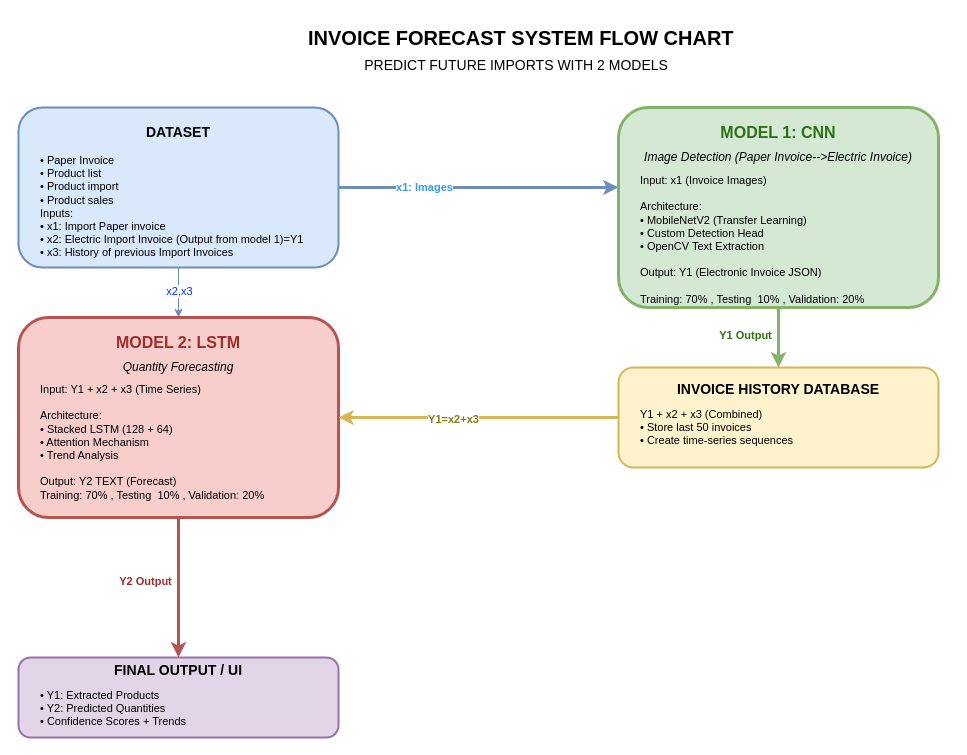
wikiepeidia/predict-future-import-for-Retail-store-products keeps this draw.io diagram as FLOW.drawio. Above is the earlier version. Source tidied: cells renumbered, new cells numbered last; positions are measured from the earlier drawing's top-left corner, leaving out a move shared by most shapes. Both pictures are drawn from the tidied source at 100%, with x=0, y=0 at pixel (18, 17).
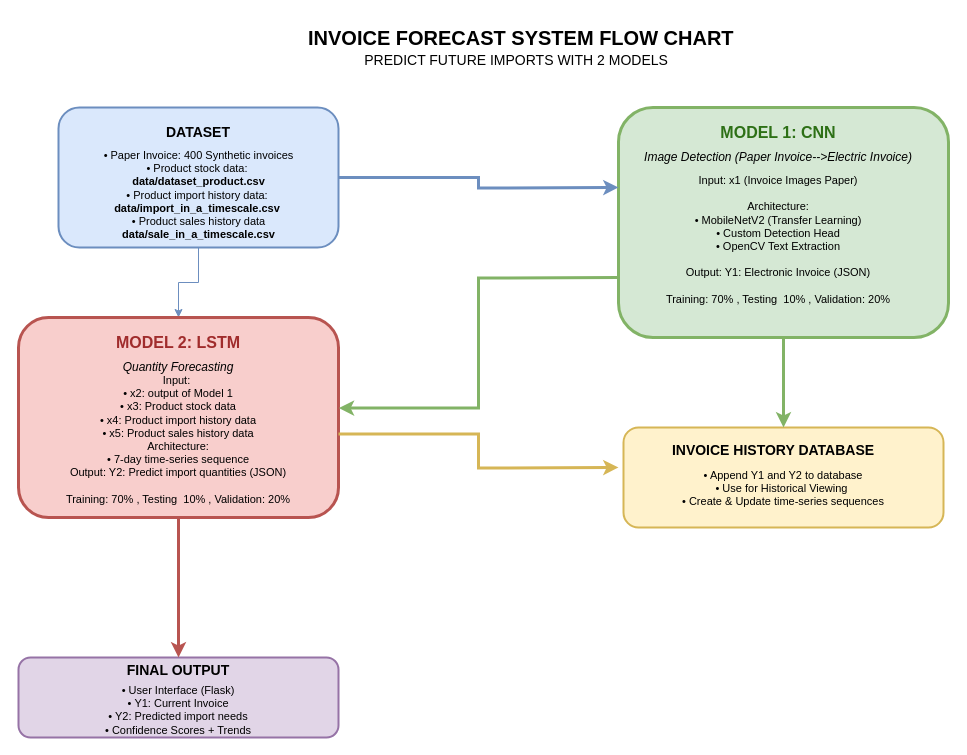
After the change.

The change refers to these unchanged cells:
```xml
<mxCell id="6" style="edgeStyle=orthogonalEdgeStyle;rounded=0;jettySize=auto;html=1;entryX=0.5;entryY=0;entryDx=0;entryDy=0;fillColor=#dae8fc;strokeColor=#6c8ebf;exitX=0.5;exitY=1;exitDx=0;exitDy=0;" parent="1" edge="1" source="4" target="16">
  <mxGeometry relative="1" as="geometry" />
</mxCell>
<mxCell id="16" style="rounded=1;whiteSpace=wrap;html=1;fillColor=#f8cecc;strokeColor=#b85450;strokeWidth=3;" parent="1" vertex="1">
  <mxGeometry y="300" width="320" height="200" as="geometry" />
</mxCell>
<mxCell id="23" style="edgeStyle=orthogonalEdgeStyle;rounded=0;jettySize=auto;html=1;strokeWidth=3;fillColor=#dae8fc;strokeColor=#6c8ebf;" parent="1" edge="1" source="4">
  <mxGeometry relative="1" as="geometry">
    <mxPoint x="600" y="170" as="targetPoint" />
  </mxGeometry>
</mxCell>
<mxCell id="25" style="edgeStyle=orthogonalEdgeStyle;rounded=0;jettySize=auto;html=1;strokeWidth=3;fillColor=#d5e8d4;strokeColor=#82b366;" parent="1" edge="1" source="9" target="13">
  <mxGeometry relative="1" as="geometry" />
</mxCell>
<mxCell id="29" style="edgeStyle=orthogonalEdgeStyle;rounded=0;jettySize=auto;html=1;strokeWidth=3;fillColor=#f8cecc;strokeColor=#b85450;" parent="1" edge="1" source="16" target="20">
  <mxGeometry relative="1" as="geometry" />
</mxCell>
```

The edit, as a diff of the source:
```diff
@@
     <mxCell id="3" value="PREDICT FUTURE IMPORTS WITH 2 MODELS&amp;nbsp;" style="text;html=1;strokeColor=none;fillColor=none;align=center;verticalAlign=middle;whiteSpace=wrap;rounded=0;fontSize=14;" parent="1" vertex="1">
-      <mxGeometry x="160" y="35" width="680" height="25" as="geometry" />
+      <mxGeometry x="160" y="30" width="680" height="25" as="geometry" />
     </mxCell>
     <mxCell id="4" style="rounded=1;whiteSpace=wrap;html=1;fillColor=#dae8fc;strokeColor=#6c8ebf;strokeWidth=2;" parent="1" vertex="1">
-      <mxGeometry y="90" width="320" height="160" as="geometry" />
+      <mxGeometry x="40" y="90" width="280" height="140" as="geometry" />
     </mxCell>
     <mxCell id="5" value="DATASET" style="text;html=1;strokeColor=none;fillColor=none;align=center;verticalAlign=middle;whiteSpace=wrap;rounded=0;fontSize=14;fontStyle=1;" parent="1" vertex="1">
-      <mxGeometry x="10" y="100" width="300" height="30" as="geometry" />
+      <mxGeometry x="30" y="100" width="300" height="30" as="geometry" />
     </mxCell>
@@
-    <mxCell id="7" value="x2,x3" style="edgeLabel;html=1;align=center;verticalAlign=middle;fontColor=light-dark(#0033ff, #006f6f);" parent="6" vertex="1">
-      <mxGeometry x="-0.1" relative="1" as="geometry" />
-    </mxCell>
-    <mxCell id="8" value="• Paper Invoice&lt;div&gt;• Product list&lt;/div&gt;&lt;div&gt;• Product import&lt;/div&gt;&lt;div&gt;• Product sales&lt;div&gt;Inputs:&lt;br&gt;• x1: Import Paper invoice&lt;br&gt;• x2: Electric Import Invoice (Output from model 1)=Y1&lt;br&gt;• x3: History of previous Import Invoices&lt;/div&gt;&lt;/div&gt;" style="text;html=1;strokeColor=none;fillColor=none;align=left;verticalAlign=top;whiteSpace=wrap;rounded=0;fontSize=11;" parent="1" vertex="1">
-      <mxGeometry x="20" y="130" width="280" height="105" as="geometry" />
+    <mxCell id="8" value="• Paper Invoice: 400 Synthetic invoices&lt;div&gt;• Product stock data:&amp;nbsp;&lt;/div&gt;&lt;div&gt;&lt;b&gt;data/dataset_product.csv&lt;/b&gt;&lt;/div&gt;&lt;div&gt;• Product import history data:&amp;nbsp; &lt;b&gt;data/import_in_a_timescale.csv&amp;nbsp;&lt;/b&gt;&lt;/div&gt;&lt;div&gt;• Product sales history data&lt;/div&gt;&lt;div&gt;&lt;b&gt;data/sale_in_a_timescale.csv&lt;/b&gt;&lt;/div&gt;" style="text;html=1;strokeColor=none;fillColor=none;align=center;verticalAlign=top;whiteSpace=wrap;rounded=0;fontSize=11;" parent="1" vertex="1">
+      <mxGeometry x="57.5" y="125" width="245" height="95" as="geometry" />
     </mxCell>
     <mxCell id="9" style="rounded=1;whiteSpace=wrap;html=1;fillColor=#d5e8d4;strokeColor=#82b366;strokeWidth=3;" parent="1" vertex="1">
-      <mxGeometry x="600" y="90" width="320" height="200" as="geometry" />
+      <mxGeometry x="600" y="90" width="330" height="230" as="geometry" />
     </mxCell>
@@
-    <mxCell id="12" value="Input: x1 (Invoice Images)&lt;br&gt;&lt;br&gt;Architecture:&lt;br&gt;• MobileNetV2 (Transfer Learning)&lt;br&gt;• Custom Detection Head&lt;br&gt;• OpenCV Text Extraction&lt;br&gt;&lt;br&gt;Output: Y1 (Electronic Invoice JSON)&lt;div&gt;&lt;br&gt;&lt;div&gt;Training: 70% , Testing&amp;nbsp; 10% , Validation: 20%&lt;/div&gt;&lt;/div&gt;" style="text;html=1;strokeColor=none;fillColor=none;align=left;verticalAlign=top;whiteSpace=wrap;rounded=0;fontSize=11;" parent="1" vertex="1">
+    <mxCell id="12" value="Input: x1 (Invoice Images Paper)&lt;br&gt;&lt;br&gt;Architecture:&lt;br&gt;• MobileNetV2 (Transfer Learning)&lt;br&gt;• Custom Detection Head&lt;br&gt;• OpenCV Text Extraction&lt;br&gt;&lt;br&gt;Output: Y1: Electronic Invoice (JSON)&lt;div&gt;&lt;br&gt;&lt;div&gt;Training: 70% , Testing&amp;nbsp; 10% , Validation: 20%&lt;/div&gt;&lt;/div&gt;" style="text;html=1;strokeColor=none;fillColor=none;align=center;verticalAlign=top;whiteSpace=wrap;rounded=0;fontSize=11;" parent="1" vertex="1">
       <mxGeometry x="620" y="150" width="280" height="120" as="geometry" />
     </mxCell>
     <mxCell id="13" style="rounded=1;whiteSpace=wrap;html=1;fillColor=#fff2cc;strokeColor=#d6b656;strokeWidth=2;" parent="1" vertex="1">
-      <mxGeometry x="600" y="350" width="320" height="100" as="geometry" />
+      <mxGeometry x="605" y="410" width="320" height="100" as="geometry" />
     </mxCell>
     <mxCell id="14" value="INVOICE HISTORY DATABASE" style="text;html=1;strokeColor=none;fillColor=none;align=center;verticalAlign=middle;whiteSpace=wrap;rounded=0;fontSize=14;fontStyle=1;" parent="1" vertex="1">
-      <mxGeometry x="610" y="359" width="300" height="25" as="geometry" />
+      <mxGeometry x="605" y="420" width="300" height="25" as="geometry" />
     </mxCell>
-    <mxCell id="15" value="Y1 + x2 + x3 (Combined)&lt;br&gt;• Store last 50 invoices&lt;br&gt;• Create time-series sequences" style="text;html=1;strokeColor=none;fillColor=none;align=left;verticalAlign=top;whiteSpace=wrap;rounded=0;fontSize=11;" parent="1" vertex="1">
-      <mxGeometry x="620" y="384" width="280" height="50" as="geometry" />
+    <mxCell id="15" value="&lt;span style=&quot;&quot;&gt;• Append Y1 and Y2 to database&lt;/span&gt;&lt;br&gt;• Use for Historical Viewing&amp;nbsp;&lt;br&gt;• Create &amp;amp; Update time-series sequences" style="text;html=1;strokeColor=none;fillColor=none;align=center;verticalAlign=top;whiteSpace=wrap;rounded=0;fontSize=11;" parent="1" vertex="1">
+      <mxGeometry x="625" y="445" width="280" height="50" as="geometry" />
     </mxCell>
@@
-    <mxCell id="19" value="Input: Y1 + x2 + x3 (Time Series)&lt;br&gt;&lt;br&gt;Architecture:&lt;br&gt;• Stacked LSTM (128 + 64)&lt;br&gt;• Attention Mechanism&lt;br&gt;• Trend Analysis&lt;br&gt;&lt;br&gt;Output: Y2 TEXT (Forecast)&lt;br&gt;Training: 70% , Testing&amp;nbsp; 10% , Validation: 20%" style="text;html=1;strokeColor=none;fillColor=none;align=left;verticalAlign=top;whiteSpace=wrap;rounded=0;fontSize=11;" parent="1" vertex="1">
-      <mxGeometry x="20" y="359" width="280" height="120" as="geometry" />
+    <mxCell id="19" value="Input:&amp;nbsp;&lt;br&gt;&lt;div&gt;&lt;span style=&quot;background-color: transparent; color: light-dark(rgb(0, 0, 0), rgb(255, 255, 255));&quot;&gt;•&amp;nbsp;&lt;/span&gt;x2: output of Model 1&lt;div&gt;&lt;div&gt;&lt;span style=&quot;background-color: transparent; color: light-dark(rgb(0, 0, 0), rgb(255, 255, 255));&quot;&gt;•&amp;nbsp;&lt;/span&gt;x3:&amp;nbsp;&lt;span style=&quot;background-color: transparent; color: light-dark(rgb(0, 0, 0), rgb(255, 255, 255));&quot;&gt;Product stock data&lt;/span&gt;&lt;/div&gt;&lt;div&gt;&lt;span style=&quot;background-color: transparent; color: light-dark(rgb(0, 0, 0), rgb(255, 255, 255));&quot;&gt;•&amp;nbsp;&lt;/span&gt;x4:&amp;nbsp;&lt;span style=&quot;background-color: transparent; color: light-dark(rgb(0, 0, 0), rgb(255, 255, 255));&quot;&gt;Product import history data&lt;/span&gt;&lt;/div&gt;&lt;div&gt;&lt;span style=&quot;background-color: transparent; color: light-dark(rgb(0, 0, 0), rgb(255, 255, 255));&quot;&gt;•&amp;nbsp;&lt;/span&gt;x5:&amp;nbsp;&lt;span style=&quot;background-color: transparent; color: light-dark(rgb(0, 0, 0), rgb(255, 255, 255));&quot;&gt;Product sales history data&lt;/span&gt;&lt;/div&gt;&lt;div&gt;Architecture:&lt;/div&gt;&lt;span style=&quot;&quot;&gt;• 7-day time-series sequence&lt;/span&gt;&lt;br&gt;Output: Y2: Predict import quantities (JSON)&lt;/div&gt;&lt;div&gt;&lt;br&gt;Training: 70% , Testing&amp;nbsp; 10% , Validation: 20%&lt;/div&gt;&lt;/div&gt;" style="text;html=1;strokeColor=none;fillColor=none;align=center;verticalAlign=top;whiteSpace=wrap;rounded=0;fontSize=11;" parent="1" vertex="1">
+      <mxGeometry x="20" y="350" width="280" height="120" as="geometry" />
     </mxCell>
@@
-    <mxCell id="21" value="FINAL OUTPUT / UI" style="text;html=1;strokeColor=none;fillColor=none;align=center;verticalAlign=middle;whiteSpace=wrap;rounded=0;fontSize=14;fontStyle=1;" parent="1" vertex="1">
+    <mxCell id="21" value="FINAL OUTPUT" style="text;html=1;strokeColor=none;fillColor=none;align=center;verticalAlign=middle;whiteSpace=wrap;rounded=0;fontSize=14;fontStyle=1;" parent="1" vertex="1">
       <mxGeometry x="10" y="640" width="300" height="25" as="geometry" />
     </mxCell>
-    <mxCell id="22" value="• Y1: Extracted Products&lt;br&gt;• Y2: Predicted Quantities&lt;br&gt;• Confidence Scores + Trends" style="text;html=1;strokeColor=none;fillColor=none;align=left;verticalAlign=top;whiteSpace=wrap;rounded=0;fontSize=11;" parent="1" vertex="1">
-      <mxGeometry x="20" y="665" width="280" height="35" as="geometry" />
+    <mxCell id="22" value="• User Interface (Flask)&lt;br&gt;&lt;div&gt;&lt;span style=&quot;background-color: transparent; color: light-dark(rgb(0, 0, 0), rgb(255, 255, 255));&quot;&gt;•&amp;nbsp;&lt;/span&gt;Y1: Current Invoice&lt;br&gt;• Y2: Predicted import needs&lt;br&gt;• Confidence Scores + Trends&lt;/div&gt;" style="text;html=1;strokeColor=none;fillColor=none;align=center;verticalAlign=top;whiteSpace=wrap;rounded=0;fontSize=11;" parent="1" vertex="1">
+      <mxGeometry x="20" y="660" width="280" height="35" as="geometry" />
     </mxCell>
@@
-    <mxCell id="24" value="x1: Images" style="edgeLabel;html=1;align=center;verticalAlign=middle;fontSize=11;fontStyle=1;fontColor=#3399FF;" parent="23" vertex="1">
-      <mxGeometry x="-0.1" y="1" relative="1" as="geometry">
-        <mxPoint x="-41" as="offset" />
-      </mxGeometry>
-    </mxCell>
@@
-    <mxCell id="26" value="Y1 Output" style="edgeLabel;html=1;align=center;verticalAlign=middle;fontSize=11;fontStyle=1;fontColor=#2D7016;" parent="25" vertex="1">
-      <mxGeometry x="-0.1" y="1" relative="1" as="geometry">
-        <mxPoint x="-35" as="offset" />
-      </mxGeometry>
-    </mxCell>
-    <mxCell id="27" style="edgeStyle=orthogonalEdgeStyle;rounded=0;jettySize=auto;html=1;strokeWidth=3;fillColor=#fff2cc;strokeColor=#d6b656;" parent="1" edge="1" source="13" target="16">
-      <mxGeometry relative="1" as="geometry" />
+    <mxCell id="27" style="edgeStyle=orthogonalEdgeStyle;rounded=0;jettySize=auto;html=1;strokeWidth=3;fillColor=#fff2cc;strokeColor=#d6b656;exitX=1;exitY=0.582;exitDx=0;exitDy=0;exitPerimeter=0;" parent="1" edge="1" source="16">
+      <mxGeometry relative="1" as="geometry">
+        <mxPoint x="600" y="450" as="targetPoint" />
+      </mxGeometry>
     </mxCell>
-    <mxCell id="28" value="Y1=x2+x3" style="edgeLabel;html=1;align=center;verticalAlign=middle;fontSize=11;fontStyle=1;fontColor=light-dark(#8a7a15, #252500);" parent="27" vertex="1">
-      <mxGeometry x="-0.1" y="1" relative="1" as="geometry">
-        <mxPoint x="-40" as="offset" />
-      </mxGeometry>
-    </mxCell>
@@
-    <mxCell id="30" value="Y2 Output" style="edgeLabel;html=1;align=center;verticalAlign=middle;fontSize=11;fontStyle=1;fontColor=#A02C2C;" parent="29" vertex="1">
-      <mxGeometry x="-0.1" y="1" relative="1" as="geometry">
-        <mxPoint x="-35" as="offset" />
-      </mxGeometry>
-    </mxCell>
+    <mxCell id="31" style="edgeStyle=orthogonalEdgeStyle;rounded=0;jettySize=auto;html=1;strokeWidth=3;fillColor=#d5e8d4;strokeColor=#82b366;entryX=1.001;entryY=0.453;entryDx=0;entryDy=0;entryPerimeter=0;exitX=0;exitY=0.75;exitDx=0;exitDy=0;" parent="1" edge="1" target="16">
+      <mxGeometry relative="1" as="geometry">
+        <mxPoint x="600" y="260" as="sourcePoint" />
+      </mxGeometry>
+    </mxCell>
```
